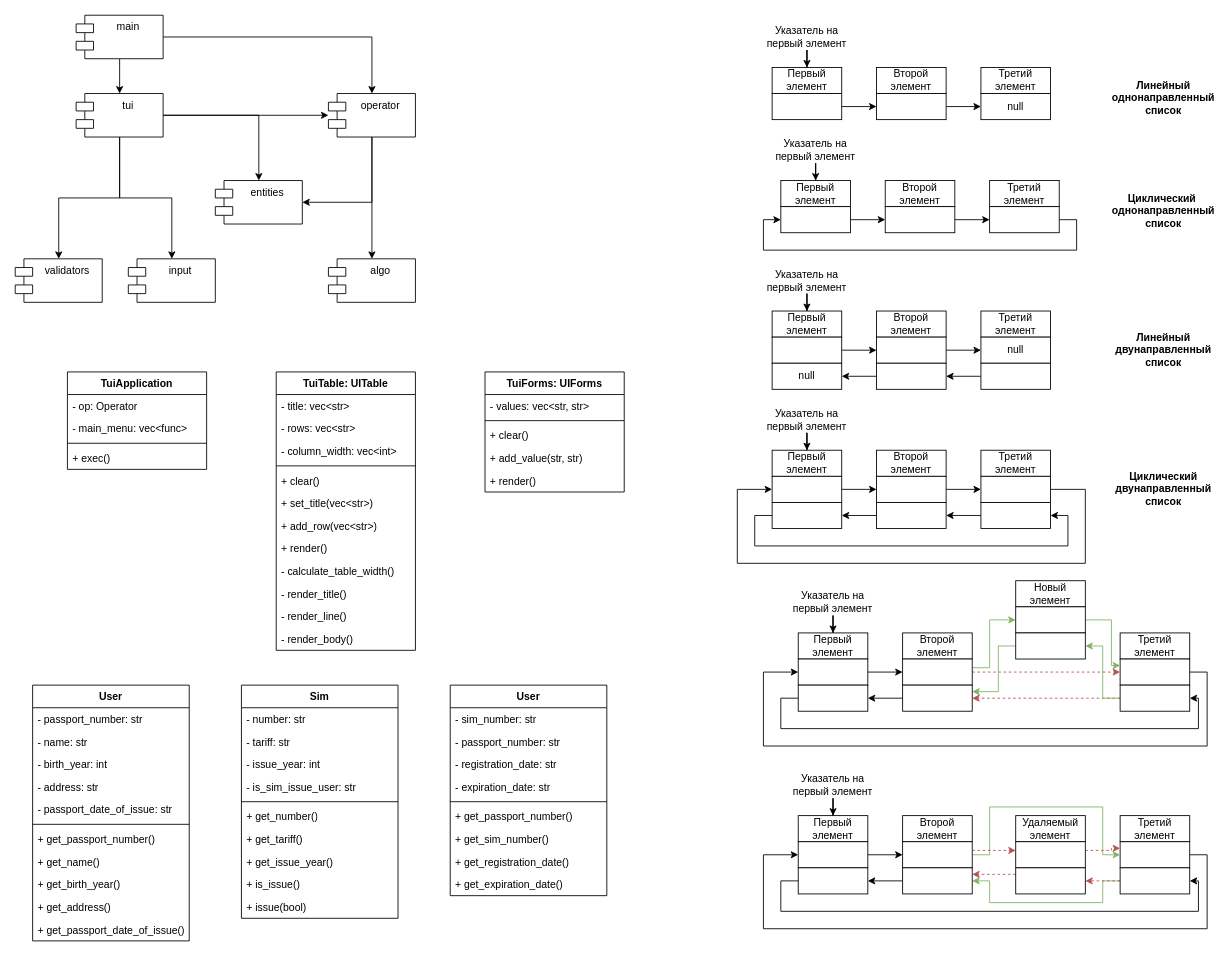
Above: Схемы.drawio in dovydenkovas/edu_algorithms_2025 (draw.io), before the change. Source tidied: cells renumbered, new cells numbered last; positions are measured from the earlier drawing's top-left corner, leaving out a move shared by most shapes. Both pictures are drawn from the tidied source at 87%, with x=0, y=0 at pixel (15, 15).
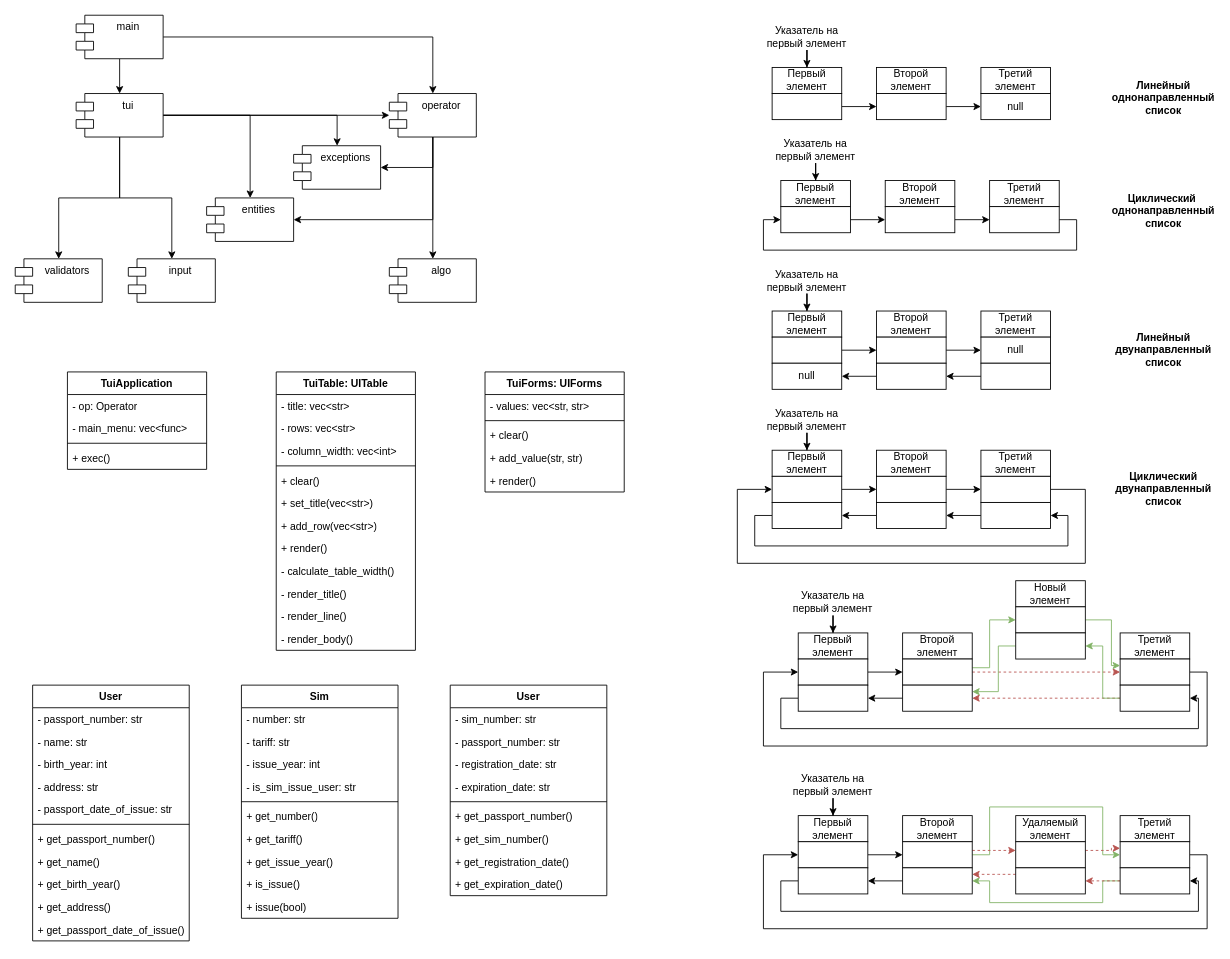
The same page after the edit.

Unchanged cells that the change refers to:
```xml
<mxCell id="13" value="tui" style="shape=module;align=left;spacingLeft=20;align=center;verticalAlign=top;whiteSpace=wrap;html=1;" parent="1" vertex="1">
  <mxGeometry x="70" y="90" width="100" height="50" as="geometry" />
</mxCell>
```

Change to the diagram source:
```diff
@@
     <mxCell id="2" value="algo" style="shape=module;align=left;spacingLeft=20;align=center;verticalAlign=top;whiteSpace=wrap;html=1;" parent="1" vertex="1">
-      <mxGeometry x="360" y="280" width="100" height="50" as="geometry" />
+      <mxGeometry x="430" y="280" width="100" height="50" as="geometry" />
     </mxCell>
     <mxCell id="3" style="edgeStyle=orthogonalEdgeStyle;rounded=0;jettySize=auto;html=1;entryX=1;entryY=0.5;entryDx=0;entryDy=0;" parent="1" edge="1" source="5" target="16">
       <mxGeometry relative="1" as="geometry">
         <Array as="points">
-          <mxPoint x="410" y="215" />
+          <mxPoint x="480" y="235" />
         </Array>
       </mxGeometry>
     </mxCell>
@@
+    <mxCell id="179" style="edgeStyle=orthogonalEdgeStyle;rounded=0;jettySize=auto;html=1;entryX=1;entryY=0.5;entryDx=0;entryDy=0;" parent="1" edge="1" source="5" target="181">
+      <mxGeometry relative="1" as="geometry">
+        <Array as="points">
+          <mxPoint x="480" y="175" />
+        </Array>
+      </mxGeometry>
+    </mxCell>
     <mxCell id="5" value="operator" style="shape=module;align=left;spacingLeft=20;align=center;verticalAlign=top;whiteSpace=wrap;html=1;" parent="1" vertex="1">
-      <mxGeometry x="360" y="90" width="100" height="50" as="geometry" />
+      <mxGeometry x="430" y="90" width="100" height="50" as="geometry" />
     </mxCell>
@@
     <mxCell id="10" style="edgeStyle=orthogonalEdgeStyle;rounded=0;jettySize=auto;html=1;entryX=0.5;entryY=0;entryDx=0;entryDy=0;" parent="1" edge="1" source="13" target="16">
       <mxGeometry relative="1" as="geometry">
         <Array as="points">
-          <mxPoint x="280" y="115" />
+          <mxPoint x="270" y="115" />
         </Array>
       </mxGeometry>
     </mxCell>
@@
+    <mxCell id="180" style="edgeStyle=orthogonalEdgeStyle;rounded=0;jettySize=auto;html=1;" parent="1" edge="1" source="13" target="181">
+      <mxGeometry relative="1" as="geometry" />
+    </mxCell>
@@
     <mxCell id="16" value="entities" style="shape=module;align=left;spacingLeft=20;align=center;verticalAlign=top;whiteSpace=wrap;html=1;" parent="1" vertex="1">
-      <mxGeometry x="230" y="190" width="100" height="50" as="geometry" />
+      <mxGeometry x="220" y="210" width="100" height="50" as="geometry" />
     </mxCell>
@@
+    <mxCell id="181" value="exceptions" style="shape=module;align=left;spacingLeft=20;align=center;verticalAlign=top;whiteSpace=wrap;html=1;" parent="1" vertex="1">
+      <mxGeometry x="320" y="150" width="100" height="50" as="geometry" />
+    </mxCell>
```
